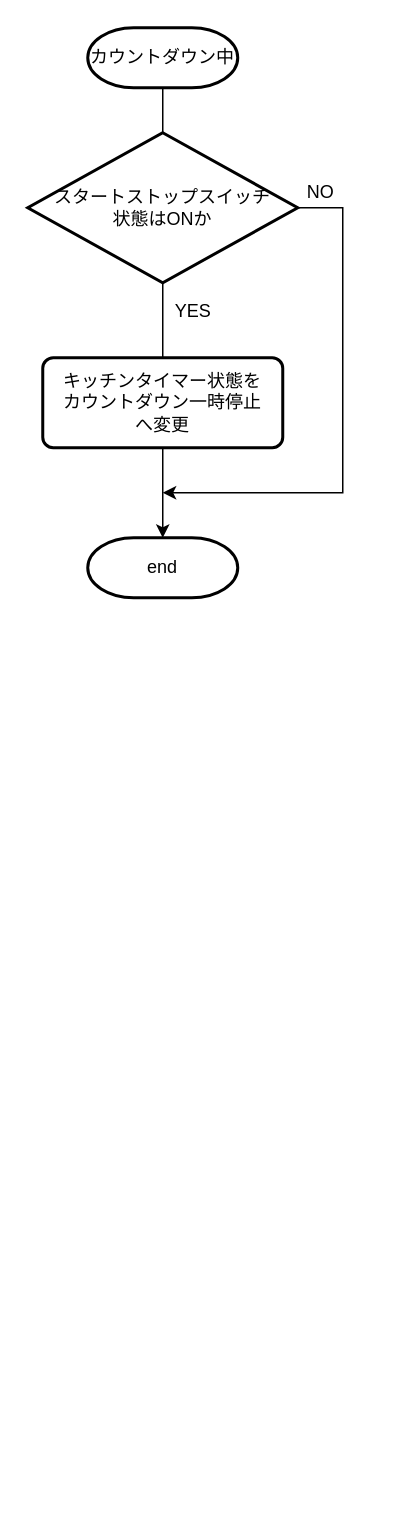
The draw.io diagram page "カウントダウン中" (3 of 6) of 資料/設計/フローチャート/CountClass/flowchart_CountClass_v0.1.drawio in hakohumi/comp.Kitchen_Timer, before the edit. Source tidied: cells renumbered, new cells numbered last; positions are measured from the earlier drawing's top-left corner, leaving out a move shared by most shapes. Both pictures are drawn from the tidied source at 150%, with x=0, y=0 at pixel (27, 27).
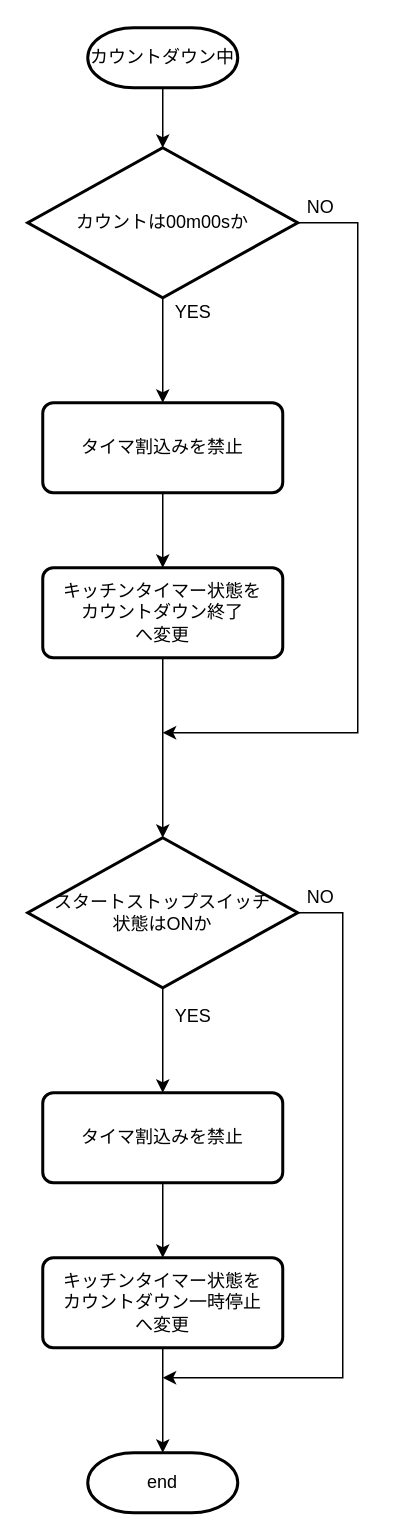
The same diagram, later.

Unchanged cells that the change refers to:
```xml
<mxCell id="3" value="カウントダウン中" style="strokeWidth=2;html=1;shape=mxgraph.flowchart.terminator;whiteSpace=wrap;" parent="1" vertex="1">
  <mxGeometry x="40" width="100" height="40" as="geometry" />
</mxCell>
```

Change to the diagram source:
```diff
@@
-    <mxCell id="2" style="edgeStyle=orthogonalEdgeStyle;rounded=0;jettySize=auto;html=1;entryX=0.5;entryY=0;entryDx=0;entryDy=0;" parent="1" edge="1" source="3">
+    <mxCell id="2" style="edgeStyle=orthogonalEdgeStyle;rounded=0;jettySize=auto;html=1;" parent="1" edge="1" source="3">
       <mxGeometry relative="1" as="geometry">
-        <mxPoint x="90" y="130" as="targetPoint" />
+        <mxPoint x="90" y="80" as="targetPoint" />
       </mxGeometry>
     </mxCell>
@@
     <mxCell id="4" value="end" style="strokeWidth=2;html=1;shape=mxgraph.flowchart.terminator;whiteSpace=wrap;" parent="1" vertex="1">
-      <mxGeometry x="40" y="340" width="100" height="40" as="geometry" />
+      <mxGeometry x="40" y="950" width="100" height="40" as="geometry" />
     </mxCell>
-    <mxCell id="5" style="edgeStyle=orthogonalEdgeStyle;rounded=0;jettySize=auto;html=1;entryX=0.5;entryY=0;entryDx=0;entryDy=0;entryPerimeter=0;exitX=0.5;exitY=1;exitDx=0;exitDy=0;exitPerimeter=0;" parent="1" edge="1" source="7" target="4">
+    <mxCell id="5" style="edgeStyle=orthogonalEdgeStyle;rounded=0;jettySize=auto;html=1;entryX=0.5;entryY=0;entryDx=0;entryDy=0;exitX=0.5;exitY=1;exitDx=0;exitDy=0;exitPerimeter=0;" parent="1" edge="1" source="7" target="13">
       <mxGeometry relative="1" as="geometry" />
     </mxCell>
     <mxCell id="6" style="edgeStyle=orthogonalEdgeStyle;rounded=0;jettySize=auto;html=1;" parent="1" edge="1" source="7">
       <mxGeometry relative="1" as="geometry">
-        <mxPoint x="90" y="310" as="targetPoint" />
+        <mxPoint x="90" y="900" as="targetPoint" />
         <Array as="points">
-          <mxPoint x="210" y="120" />
-          <mxPoint x="210" y="310" />
+          <mxPoint x="210" y="590" />
+          <mxPoint x="210" y="900" />
+          <mxPoint x="90" y="900" />
         </Array>
       </mxGeometry>
     </mxCell>
     <mxCell id="7" value="スタートストップスイッチ&lt;br&gt;状態はONか" style="strokeWidth=2;html=1;shape=mxgraph.flowchart.decision;whiteSpace=wrap;" parent="1" vertex="1">
-      <mxGeometry y="70" width="180" height="100" as="geometry" />
+      <mxGeometry y="540" width="180" height="100" as="geometry" />
     </mxCell>
+    <mxCell id="11" style="edgeStyle=orthogonalEdgeStyle;rounded=0;jettySize=auto;html=1;" parent="1" edge="1" source="8" target="4">
+      <mxGeometry relative="1" as="geometry" />
+    </mxCell>
     <mxCell id="8" value="キッチンタイマー状態を&lt;br&gt;カウントダウン一時停止&lt;br&gt;へ変更" style="rounded=1;whiteSpace=wrap;html=1;absoluteArcSize=1;arcSize=14;strokeWidth=2;" parent="1" vertex="1">
-      <mxGeometry x="10" y="220" width="160" height="60" as="geometry" />
+      <mxGeometry x="10" y="820" width="160" height="60" as="geometry" />
     </mxCell>
     <mxCell id="9" value="NO" style="text;html=1;align=center;verticalAlign=middle;" parent="1" vertex="1">
-      <mxGeometry x="180" y="100" width="30" height="20" as="geometry" />
+      <mxGeometry x="180" y="570" width="30" height="20" as="geometry" />
     </mxCell>
     <mxCell id="10" value="YES" style="text;html=1;align=center;verticalAlign=middle;" parent="1" vertex="1">
-      <mxGeometry x="90" y="179" width="40" height="20" as="geometry" />
+      <mxGeometry x="90" y="649" width="40" height="20" as="geometry" />
     </mxCell>
+    <mxCell id="12" style="edgeStyle=orthogonalEdgeStyle;rounded=0;jettySize=auto;html=1;" parent="1" edge="1" source="13" target="8">
+      <mxGeometry relative="1" as="geometry" />
+    </mxCell>
+    <mxCell id="13" value="タイマ割込みを禁止" style="rounded=1;whiteSpace=wrap;html=1;absoluteArcSize=1;arcSize=14;strokeWidth=2;" parent="1" vertex="1">
+      <mxGeometry x="10" y="710" width="160" height="60" as="geometry" />
+    </mxCell>
+    <mxCell id="14" style="edgeStyle=orthogonalEdgeStyle;rounded=0;jettySize=auto;html=1;" parent="1" edge="1" source="16" target="20">
+      <mxGeometry relative="1" as="geometry" />
+    </mxCell>
+    <mxCell id="15" style="edgeStyle=orthogonalEdgeStyle;rounded=0;jettySize=auto;html=1;" parent="1" edge="1" source="16">
+      <mxGeometry relative="1" as="geometry">
+        <mxPoint x="90" y="470" as="targetPoint" />
+        <Array as="points">
+          <mxPoint x="220" y="130" />
+          <mxPoint x="220" y="470" />
+        </Array>
+      </mxGeometry>
+    </mxCell>
+    <mxCell id="16" value="カウントは00m00sか" style="strokeWidth=2;html=1;shape=mxgraph.flowchart.decision;whiteSpace=wrap;" parent="1" vertex="1">
+      <mxGeometry y="80" width="180" height="100" as="geometry" />
+    </mxCell>
+    <mxCell id="17" style="edgeStyle=orthogonalEdgeStyle;rounded=0;jettySize=auto;html=1;entryX=0.5;entryY=0;entryDx=0;entryDy=0;entryPerimeter=0;" parent="1" edge="1" source="18" target="7">
+      <mxGeometry relative="1" as="geometry" />
+    </mxCell>
+    <mxCell id="18" value="キッチンタイマー状態を&lt;br&gt;カウントダウン終了&lt;br&gt;へ変更" style="rounded=1;whiteSpace=wrap;html=1;absoluteArcSize=1;arcSize=14;strokeWidth=2;" parent="1" vertex="1">
+      <mxGeometry x="10" y="360" width="160" height="60" as="geometry" />
+    </mxCell>
+    <mxCell id="19" style="edgeStyle=orthogonalEdgeStyle;rounded=0;jettySize=auto;html=1;" parent="1" edge="1" source="20" target="18">
+      <mxGeometry relative="1" as="geometry" />
+    </mxCell>
+    <mxCell id="20" value="タイマ割込みを禁止" style="rounded=1;whiteSpace=wrap;html=1;absoluteArcSize=1;arcSize=14;strokeWidth=2;" parent="1" vertex="1">
+      <mxGeometry x="10" y="250" width="160" height="60" as="geometry" />
+    </mxCell>
+    <mxCell id="21" value="NO" style="text;html=1;align=center;verticalAlign=middle;" parent="1" vertex="1">
+      <mxGeometry x="180" y="110" width="30" height="20" as="geometry" />
+    </mxCell>
+    <mxCell id="22" value="YES" style="text;html=1;align=center;verticalAlign=middle;" parent="1" vertex="1">
+      <mxGeometry x="90" y="180" width="40" height="20" as="geometry" />
+    </mxCell>
```
